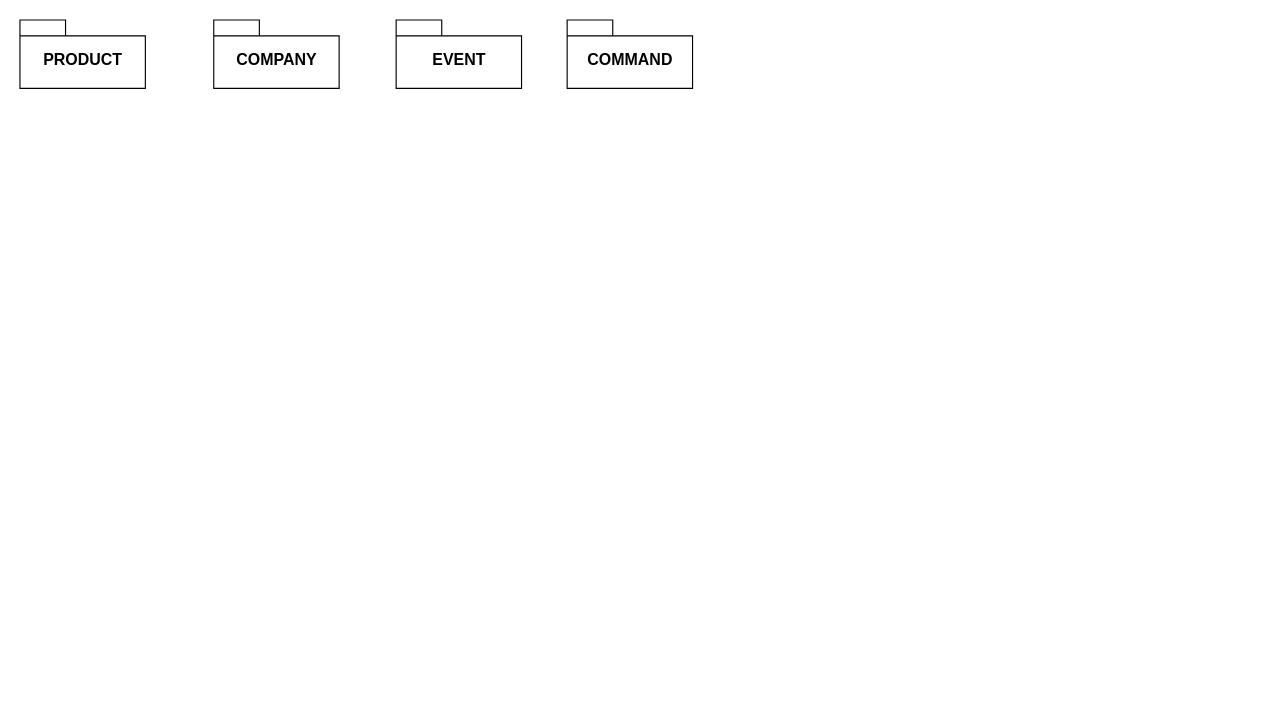
This is page "Diag. Packages" (2 of 2) of documentation/Modeling Database/comandas-CRD.drawio from MateusNGF/comandas, a draw.io file, before an edit. Source tidied: cells renumbered, new cells numbered last; positions are measured from the earlier drawing's top-left corner, leaving out a move shared by most shapes. Both pictures are drawn from the tidied source at 114%, with x=0, y=0 at pixel (19, 19).
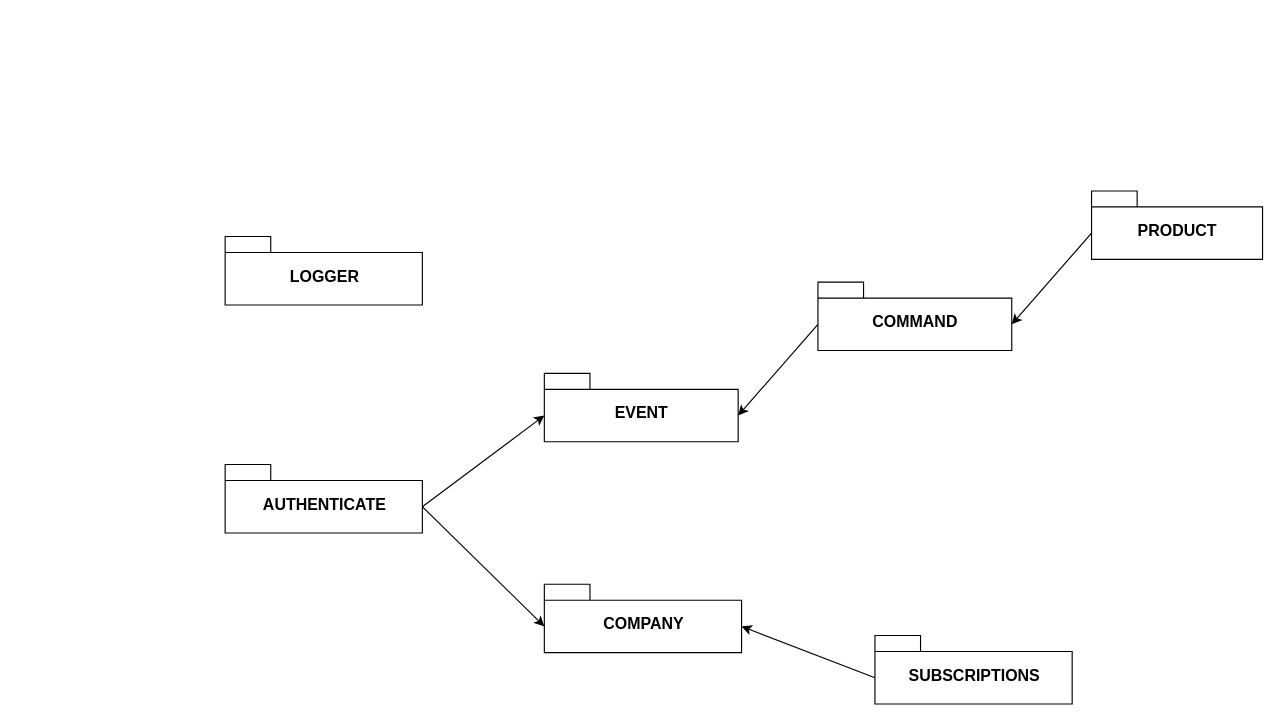
The same page after the edit.

Change to the diagram source:
```diff
@@
 <mxGraphModel>
   <root>
     <mxCell id="0" />
     <mxCell id="1" parent="0" />
     <mxCell id="2" value="&lt;font style=&quot;font-size: 14px;&quot;&gt;COMPANY&lt;/font&gt;" style="shape=folder;fontStyle=1;spacingTop=10;tabWidth=40;tabHeight=14;tabPosition=left;html=1;" parent="1" vertex="1">
-      <mxGeometry x="170" width="110" height="60" as="geometry" />
+      <mxGeometry x="460" y="495" width="173" height="60" as="geometry" />
     </mxCell>
     <mxCell id="3" value="&lt;span style=&quot;font-size: 14px;&quot;&gt;PRODUCT&lt;/span&gt;" style="shape=folder;fontStyle=1;spacingTop=10;tabWidth=40;tabHeight=14;tabPosition=left;html=1;" parent="1" vertex="1">
-      <mxGeometry width="110" height="60" as="geometry" />
+      <mxGeometry x="940" y="150" width="150" height="60" as="geometry" />
     </mxCell>
     <mxCell id="4" value="&lt;span style=&quot;font-size: 14px;&quot;&gt;EVENT&lt;br&gt;&lt;/span&gt;" style="shape=folder;fontStyle=1;spacingTop=10;tabWidth=40;tabHeight=14;tabPosition=left;html=1;" parent="1" vertex="1">
-      <mxGeometry x="330" width="110" height="60" as="geometry" />
+      <mxGeometry x="460" y="310" width="170" height="60" as="geometry" />
     </mxCell>
+    <mxCell id="6" style="edgeStyle=none;rounded=0;jettySize=auto;html=1;entryX=0;entryY=0;entryDx=170;entryDy=37;entryPerimeter=0;exitX=0;exitY=0;exitDx=0;exitDy=37;exitPerimeter=0;" parent="1" edge="1" source="5" target="4">
+      <mxGeometry relative="1" as="geometry" />
+    </mxCell>
+    <mxCell id="7" style="edgeStyle=none;rounded=0;jettySize=auto;html=1;entryX=0;entryY=0;entryDx=170;entryDy=37;entryPerimeter=0;exitX=0;exitY=0;exitDx=0;exitDy=37;exitPerimeter=0;" parent="1" edge="1" source="3" target="5">
+      <mxGeometry relative="1" as="geometry" />
+    </mxCell>
     <mxCell id="5" value="&lt;span style=&quot;font-size: 14px;&quot;&gt;COMMAND&lt;br&gt;&lt;/span&gt;" style="shape=folder;fontStyle=1;spacingTop=10;tabWidth=40;tabHeight=14;tabPosition=left;html=1;" parent="1" vertex="1">
-      <mxGeometry x="480" width="110" height="60" as="geometry" />
+      <mxGeometry x="700" y="230" width="170" height="60" as="geometry" />
     </mxCell>
+    <mxCell id="8" style="rounded=0;jettySize=auto;html=1;entryX=0;entryY=0;entryDx=0;entryDy=37;entryPerimeter=0;exitX=0;exitY=0;exitDx=173;exitDy=37;exitPerimeter=0;" parent="1" edge="1" source="9" target="2">
+      <mxGeometry relative="1" as="geometry" />
+    </mxCell>
+    <mxCell id="9" value="&lt;span style=&quot;font-size: 14px;&quot;&gt;AUTHENTICATE&lt;/span&gt;" style="shape=folder;fontStyle=1;spacingTop=10;tabWidth=40;tabHeight=14;tabPosition=left;html=1;" parent="1" vertex="1">
+      <mxGeometry x="180" y="390" width="173" height="60" as="geometry" />
+    </mxCell>
+    <mxCell id="10" style="rounded=0;jettySize=auto;html=1;entryX=0;entryY=0;entryDx=0;entryDy=37;entryPerimeter=0;exitX=0;exitY=0;exitDx=173;exitDy=37;exitPerimeter=0;" parent="1" edge="1" source="9" target="4">
+      <mxGeometry relative="1" as="geometry" />
+    </mxCell>
+    <mxCell id="11" value="&lt;span style=&quot;font-size: 14px;&quot;&gt;LOGGER&lt;/span&gt;" style="shape=folder;fontStyle=1;spacingTop=10;tabWidth=40;tabHeight=14;tabPosition=left;html=1;" parent="1" vertex="1">
+      <mxGeometry x="180" y="190" width="173" height="60" as="geometry" />
+    </mxCell>
+    <mxCell id="12" value="&lt;span style=&quot;font-size: 14px;&quot;&gt;SUBSCRIPTIONS&lt;/span&gt;" style="shape=folder;fontStyle=1;spacingTop=10;tabWidth=40;tabHeight=14;tabPosition=left;html=1;" parent="1" vertex="1">
+      <mxGeometry x="750" y="540" width="173" height="60" as="geometry" />
+    </mxCell>
+    <mxCell id="13" style="edgeStyle=none;rounded=0;jettySize=auto;html=1;entryX=0;entryY=0;entryDx=173;entryDy=37;entryPerimeter=0;exitX=0;exitY=0;exitDx=0;exitDy=37;exitPerimeter=0;" parent="1" edge="1" source="12" target="2">
+      <mxGeometry relative="1" as="geometry" />
+    </mxCell>
   </root>
 </mxGraphModel>
```
